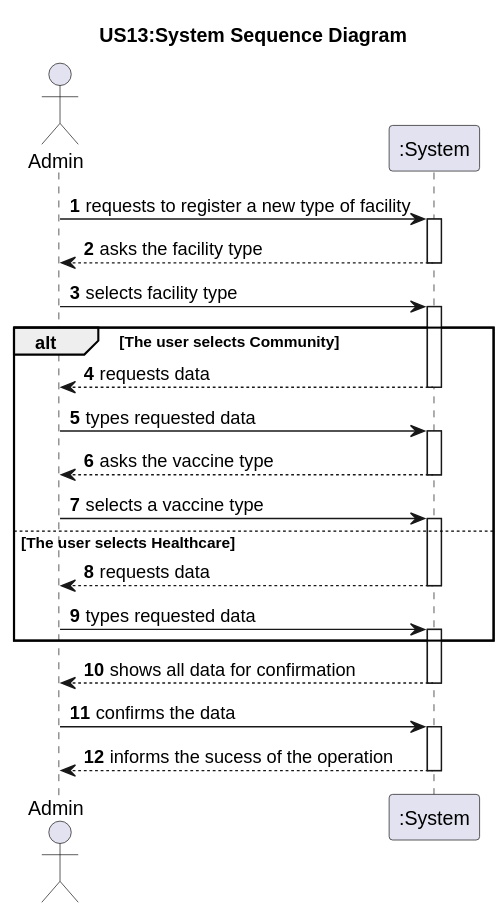
This is docs/system-documentation/US13/svg/US13-SSD.svg from Parafita123/leti-esoft-25-26-B1, a PlantUML export, as it was before one commit. The source it was exported from:
```plantuml
@startuml

title US13:System Sequence Diagram

autoactivate on
autonumber

actor "Admin" as user
participant ":System" as system

user -> system:requests to register a new type of facility

system --> user:asks the facility type

user -> system: selects facility type

alt The user selects Community
    system --> user: requests data
    user -> system: types requested data
    system --> user: asks the vaccine type
    user -> system: selects a vaccine type
else The user selects Healthcare
    system --> user: requests data
    user -> system: types requested data
end
   system --> user: shows all data for confirmation
   user -> system: confirms the data
   system --> user: informs the sucess of the operation
@enduml
```
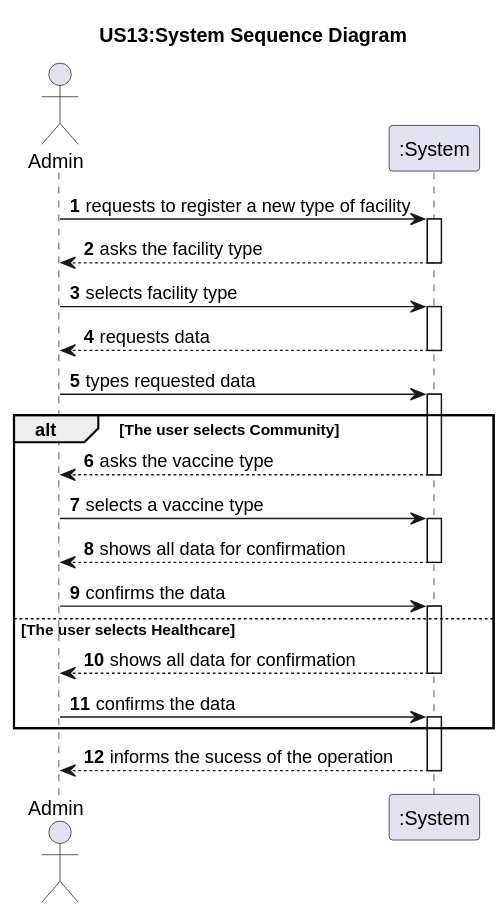
Above is the later version.

Change to the diagram source:
```diff
@@ -8,22 +8,24 @@
 actor "Admin" as user
 participant ":System" as system
 
-user -> system:requests to register a new type of facility
+ user -> system:requests to register a new type of facility
 
 system --> user:asks the facility type
 
 user -> system: selects facility type
 
+system --> user: requests data
+
+user -> system: types requested data
+
 alt The user selects Community
-    system --> user: requests data
-    user -> system: types requested data
     system --> user: asks the vaccine type
     user -> system: selects a vaccine type
+    system --> user: shows all data for confirmation
+    user -> system: confirms the data
 else The user selects Healthcare
-    system --> user: requests data
-    user -> system: types requested data
+    system --> user: shows all data for confirmation
+    user -> system: confirms the data
 end
-   system --> user: shows all data for confirmation
-   user -> system: confirms the data
    system --> user: informs the sucess of the operation
 @enduml
```
